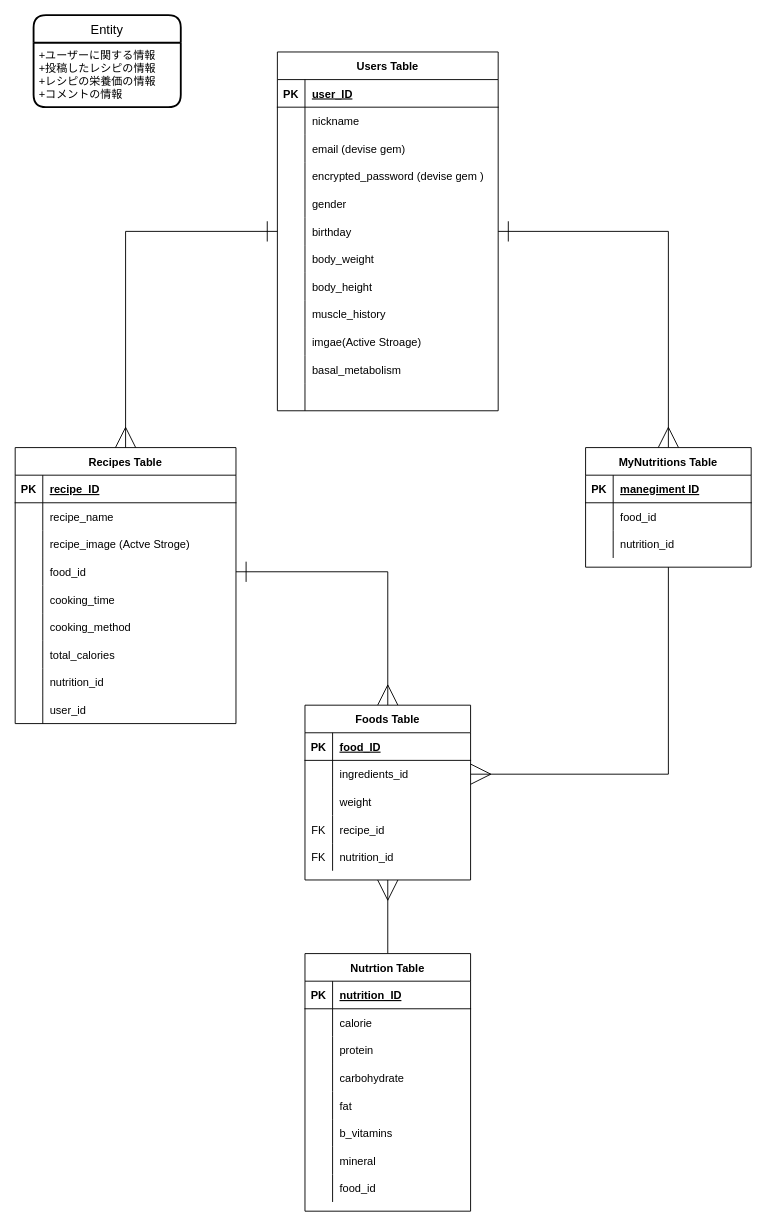
This is Bulk.dio from Toyosato-Yamaguchi/BulKUp, a draw.io file, before an edit. Source tidied: cells renumbered, new cells numbered last; positions are measured from the earlier drawing's top-left corner, leaving out a move shared by most shapes. Both pictures are drawn from the tidied source at 92%, with x=0, y=0 at pixel (15, 15).
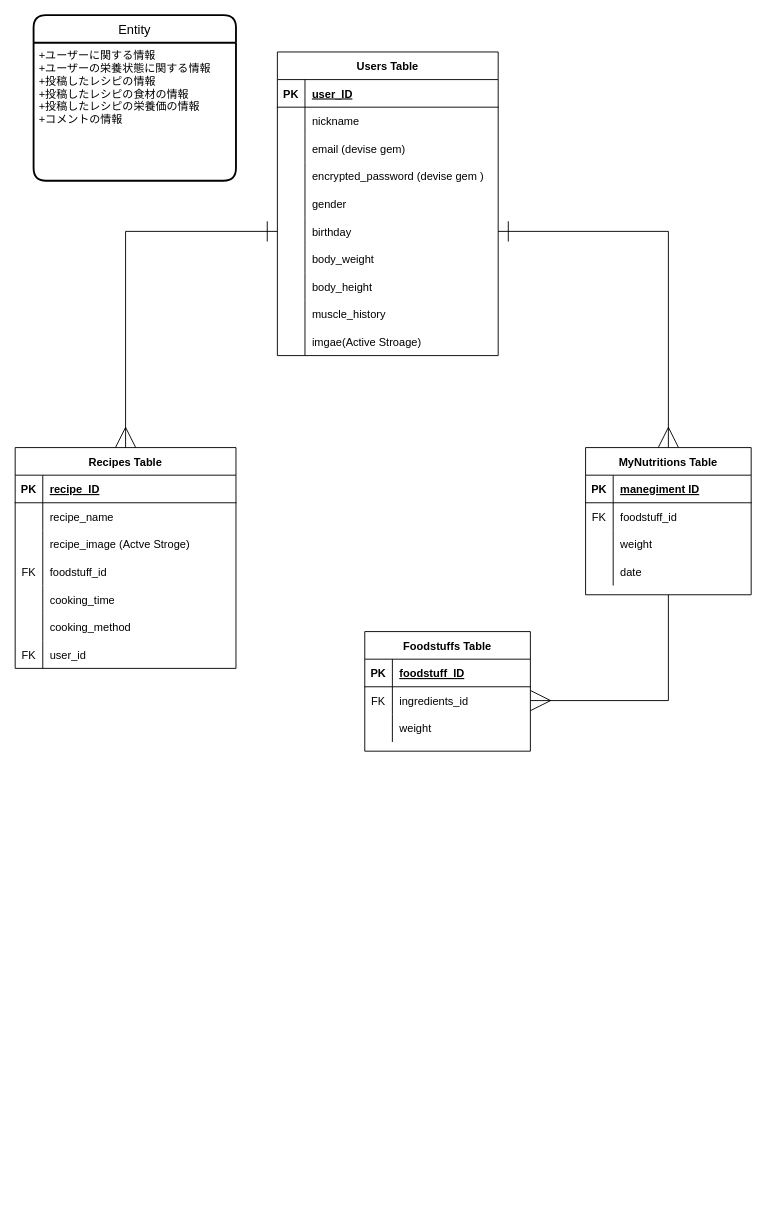
The same diagram, later.

Commit message (it also covers changes not shown here):
データベース設計

Unchanged cells that the change refers to:
```xml
<mxCell id="51" style="shape=partialRectangle;fillColor=none;top=0;left=0;bottom=0;right=0;points=[[0,0.5],[1,0.5]];portConstraint=eastwest;" parent="41" vertex="1">
  <mxGeometry y="120" width="240" height="30" as="geometry" />
</mxCell>
<mxCell id="100" style="shape=partialRectangle;fillColor=none;top=0;left=0;bottom=0;right=0;" parent="96" vertex="1">
  <mxGeometry y="60" width="180" height="30" as="geometry" />
</mxCell>
<mxCell id="103" style="shape=partialRectangle;fillColor=none;top=0;left=0;bottom=0;right=0;" parent="96" vertex="1">
  <mxGeometry y="90" width="180" height="30" as="geometry" />
</mxCell>
<mxCell id="110" style="shape=partialRectangle;fillColor=none;top=0;left=0;bottom=1;right=0;" parent="109" vertex="1">
  <mxGeometry y="30" width="180" height="30" as="geometry" />
</mxCell>
<mxCell id="113" style="shape=partialRectangle;fillColor=none;top=0;left=0;bottom=0;right=0;points=[[0,0.5],[1,0.5]];portConstraint=eastwest;" parent="109" vertex="1">
  <mxGeometry y="60" width="180" height="30" as="geometry" />
</mxCell>
```

What changed in the source:
```diff
@@
     <mxCell id="2" value="Entity" style="swimlane;horizontal=1;startSize=30;rounded=1;fontSize=14;fontStyle=0;strokeWidth=2;shadow=0;dashed=0;align=center;" parent="1" vertex="1">
-      <mxGeometry x="20" width="160" height="100" as="geometry" />
+      <mxGeometry x="20" width="220" height="180" as="geometry" />
     </mxCell>
-    <mxCell id="3" value="+ユーザーに関する情報&#10;+投稿したレシピの情報&#10;+レシピの栄養価の情報&#10;+コメントの情報&#10;" style="align=left;strokeColor=none;fillColor=none;spacingLeft=4;fontSize=12;verticalAlign=top;" parent="2" vertex="1">
-      <mxGeometry y="30" width="160" height="70" as="geometry" />
+    <mxCell id="3" value="+ユーザーに関する情報&#10;+ユーザーの栄養状態に関する情報&#10;+投稿したレシピの情報&#10;+投稿したレシピの食材の情報&#10;+投稿したレシピの栄養価の情報&#10;+コメントの情報&#10;" style="align=left;strokeColor=none;fillColor=none;spacingLeft=4;fontSize=12;verticalAlign=top;" parent="2" vertex="1">
+      <mxGeometry y="30" width="220" height="150" as="geometry" />
     </mxCell>
     <mxCell id="4" value="Users Table" style="shape=table;startSize=30;childLayout=tableLayout;rowLines=0;fontStyle=1;align=center;" parent="1" vertex="1">
-      <mxGeometry x="285" y="40" width="240" height="390" as="geometry" />
+      <mxGeometry x="285" y="40" width="240" height="330" as="geometry" />
     </mxCell>
@@
-    <mxCell id="35" style="shape=partialRectangle;fillColor=none;top=0;left=0;bottom=0;right=0;" parent="4" vertex="1">
-      <mxGeometry y="330" width="240" height="30" as="geometry" />
-    </mxCell>
-    <mxCell id="36" style="shape=partialRectangle;fillColor=none;top=0;left=0;bottom=0;right=0;overflow=hidden;" parent="35" vertex="1">
-      <mxGeometry width="30" height="30" as="geometry" />
-    </mxCell>
-    <mxCell id="37" value="basal_metabolism" style="shape=partialRectangle;fillColor=none;top=0;left=0;bottom=0;right=0;align=left;spacingLeft=6;overflow=hidden;" parent="35" vertex="1">
-      <mxGeometry x="30" width="210" height="30" as="geometry" />
-    </mxCell>
-    <mxCell id="38" style="shape=partialRectangle;fillColor=none;top=0;left=0;bottom=0;right=0;" parent="4" vertex="1">
-      <mxGeometry y="360" width="240" height="30" as="geometry" />
-    </mxCell>
-    <mxCell id="39" style="shape=partialRectangle;fillColor=none;top=0;left=0;bottom=0;right=0;overflow=hidden;" parent="38" vertex="1">
-      <mxGeometry width="30" height="30" as="geometry" />
-    </mxCell>
-    <mxCell id="40" style="shape=partialRectangle;fillColor=none;top=0;left=0;bottom=0;right=0;align=left;spacingLeft=6;overflow=hidden;" parent="38" vertex="1">
-      <mxGeometry x="30" width="210" height="30" as="geometry" />
-    </mxCell>
     <mxCell id="41" value="Recipes Table" style="shape=table;startSize=30;childLayout=tableLayout;rowLines=0;fontStyle=1;align=center;" parent="1" vertex="1">
-      <mxGeometry y="470" width="240" height="300" as="geometry" />
+      <mxGeometry y="470" width="240" height="240" as="geometry" />
     </mxCell>
@@
-    <mxCell id="52" style="shape=partialRectangle;fillColor=none;top=0;left=0;bottom=0;right=0;overflow=hidden;" parent="51" vertex="1">
+    <mxCell id="52" value="FK" style="shape=partialRectangle;fillColor=none;top=0;left=0;bottom=0;right=0;overflow=hidden;" parent="51" vertex="1">
       <mxGeometry width="30" height="30" as="geometry" />
     </mxCell>
-    <mxCell id="53" value="food_id" style="shape=partialRectangle;fillColor=none;top=0;left=0;bottom=0;right=0;align=left;spacingLeft=6;overflow=hidden;" parent="51" vertex="1">
+    <mxCell id="53" value="foodstuff_id" style="shape=partialRectangle;fillColor=none;top=0;left=0;bottom=0;right=0;align=left;spacingLeft=6;overflow=hidden;" parent="51" vertex="1">
       <mxGeometry x="30" width="210" height="30" as="geometry" />
     </mxCell>
@@
-    <mxCell id="60" style="shape=partialRectangle;fillColor=none;top=0;left=0;bottom=0;right=0;" parent="41" vertex="1">
-      <mxGeometry y="210" width="240" height="30" as="geometry" />
-    </mxCell>
-    <mxCell id="61" style="shape=partialRectangle;fillColor=none;top=0;left=0;bottom=0;right=0;overflow=hidden;" parent="60" vertex="1">
-      <mxGeometry width="30" height="30" as="geometry" />
-    </mxCell>
-    <mxCell id="62" value="total_calories" style="shape=partialRectangle;fillColor=none;top=0;left=0;bottom=0;right=0;align=left;spacingLeft=6;overflow=hidden;" parent="60" vertex="1">
-      <mxGeometry x="30" width="210" height="30" as="geometry" />
-    </mxCell>
-    <mxCell id="63" style="shape=partialRectangle;fillColor=none;top=0;left=0;bottom=0;right=0;" parent="41" vertex="1">
-      <mxGeometry y="240" width="240" height="30" as="geometry" />
-    </mxCell>
-    <mxCell id="64" style="shape=partialRectangle;fillColor=none;top=0;left=0;bottom=0;right=0;overflow=hidden;" parent="63" vertex="1">
-      <mxGeometry width="30" height="30" as="geometry" />
-    </mxCell>
-    <mxCell id="65" value="nutrition_id" style="shape=partialRectangle;fillColor=none;top=0;left=0;bottom=0;right=0;align=left;spacingLeft=6;overflow=hidden;" parent="63" vertex="1">
-      <mxGeometry x="30" width="210" height="30" as="geometry" />
-    </mxCell>
     <mxCell id="66" style="shape=partialRectangle;fillColor=none;top=0;left=0;bottom=0;right=0;" parent="41" vertex="1">
-      <mxGeometry y="270" width="240" height="30" as="geometry" />
+      <mxGeometry y="210" width="240" height="30" as="geometry" />
     </mxCell>
-    <mxCell id="67" style="shape=partialRectangle;fillColor=none;top=0;left=0;bottom=0;right=0;overflow=hidden;" parent="66" vertex="1">
+    <mxCell id="67" value="FK" style="shape=partialRectangle;fillColor=none;top=0;left=0;bottom=0;right=0;overflow=hidden;" parent="66" vertex="1">
       <mxGeometry width="30" height="30" as="geometry" />
     </mxCell>
@@
-    <mxCell id="69" style="edgeStyle=orthogonalEdgeStyle;rounded=0;jettySize=auto;html=1;exitX=0.5;exitY=0;exitDx=0;exitDy=0;entryX=0.5;entryY=1;entryDx=0;entryDy=0;startSize=20;sourcePerimeterSpacing=20;endArrow=ERmany;endFill=0;endSize=20;targetPerimeterSpacing=20;" parent="1" edge="1" source="70" target="109">
-      <mxGeometry relative="1" as="geometry" />
-    </mxCell>
-    <mxCell id="70" value="Nutrtion Table" style="shape=table;startSize=30;childLayout=tableLayout;rowLines=0;fontStyle=1;align=center;" parent="1" vertex="1">
-      <mxGeometry x="315" y="1020" width="180" height="280" as="geometry" />
-    </mxCell>
-    <mxCell id="71" style="shape=partialRectangle;fillColor=none;top=0;left=0;bottom=1;right=0;" parent="70" vertex="1">
-      <mxGeometry y="30" width="180" height="30" as="geometry" />
-    </mxCell>
-    <mxCell id="72" value="PK" style="shape=partialRectangle;fillColor=none;top=0;left=0;bottom=0;right=0;fontStyle=1;overflow=hidden;" parent="71" vertex="1">
-      <mxGeometry width="30" height="30" as="geometry" />
-    </mxCell>
-    <mxCell id="73" value="nutrition_ID" style="shape=partialRectangle;fillColor=none;top=0;left=0;bottom=0;right=0;align=left;spacingLeft=6;fontStyle=5;overflow=hidden;" parent="71" vertex="1">
-      <mxGeometry x="30" width="150" height="30" as="geometry" />
-    </mxCell>
-    <mxCell id="74" style="shape=partialRectangle;fillColor=none;top=0;left=0;bottom=0;right=0;" parent="70" vertex="1">
-      <mxGeometry y="60" width="180" height="30" as="geometry" />
-    </mxCell>
-    <mxCell id="75" style="shape=partialRectangle;fillColor=none;top=0;left=0;bottom=0;right=0;overflow=hidden;" parent="74" vertex="1">
-      <mxGeometry width="30" height="30" as="geometry" />
-    </mxCell>
-    <mxCell id="76" value="calorie" style="shape=partialRectangle;fillColor=none;top=0;left=0;bottom=0;right=0;align=left;spacingLeft=6;overflow=hidden;" parent="74" vertex="1">
-      <mxGeometry x="30" width="150" height="30" as="geometry" />
-    </mxCell>
-    <mxCell id="77" style="shape=partialRectangle;fillColor=none;top=0;left=0;bottom=0;right=0;" parent="70" vertex="1">
-      <mxGeometry y="90" width="180" height="30" as="geometry" />
-    </mxCell>
-    <mxCell id="78" style="shape=partialRectangle;fillColor=none;top=0;left=0;bottom=0;right=0;overflow=hidden;" parent="77" vertex="1">
-      <mxGeometry width="30" height="30" as="geometry" />
-    </mxCell>
-    <mxCell id="79" value="protein" style="shape=partialRectangle;fillColor=none;top=0;left=0;bottom=0;right=0;align=left;spacingLeft=6;overflow=hidden;" parent="77" vertex="1">
-      <mxGeometry x="30" width="150" height="30" as="geometry" />
-    </mxCell>
-    <mxCell id="80" style="shape=partialRectangle;fillColor=none;top=0;left=0;bottom=0;right=0;" parent="70" vertex="1">
-      <mxGeometry y="120" width="180" height="30" as="geometry" />
-    </mxCell>
-    <mxCell id="81" style="shape=partialRectangle;fillColor=none;top=0;left=0;bottom=0;right=0;overflow=hidden;" parent="80" vertex="1">
-      <mxGeometry width="30" height="30" as="geometry" />
-    </mxCell>
-    <mxCell id="82" value="carbohydrate" style="shape=partialRectangle;fillColor=none;top=0;left=0;bottom=0;right=0;align=left;spacingLeft=6;overflow=hidden;" parent="80" vertex="1">
-      <mxGeometry x="30" width="150" height="30" as="geometry" />
-    </mxCell>
-    <mxCell id="83" style="shape=partialRectangle;fillColor=none;top=0;left=0;bottom=0;right=0;" parent="70" vertex="1">
-      <mxGeometry y="150" width="180" height="30" as="geometry" />
-    </mxCell>
-    <mxCell id="84" style="shape=partialRectangle;fillColor=none;top=0;left=0;bottom=0;right=0;overflow=hidden;" parent="83" vertex="1">
-      <mxGeometry width="30" height="30" as="geometry" />
-    </mxCell>
-    <mxCell id="85" value="fat" style="shape=partialRectangle;fillColor=none;top=0;left=0;bottom=0;right=0;align=left;spacingLeft=6;overflow=hidden;" parent="83" vertex="1">
-      <mxGeometry x="30" width="150" height="30" as="geometry" />
-    </mxCell>
-    <mxCell id="86" style="shape=partialRectangle;fillColor=none;top=0;left=0;bottom=0;right=0;" parent="70" vertex="1">
-      <mxGeometry y="180" width="180" height="30" as="geometry" />
-    </mxCell>
-    <mxCell id="87" style="shape=partialRectangle;fillColor=none;top=0;left=0;bottom=0;right=0;overflow=hidden;" parent="86" vertex="1">
-      <mxGeometry width="30" height="30" as="geometry" />
-    </mxCell>
-    <mxCell id="88" value="b_vitamins" style="shape=partialRectangle;fillColor=none;top=0;left=0;bottom=0;right=0;align=left;spacingLeft=6;overflow=hidden;" parent="86" vertex="1">
-      <mxGeometry x="30" width="150" height="30" as="geometry" />
-    </mxCell>
-    <mxCell id="89" style="shape=partialRectangle;fillColor=none;top=0;left=0;bottom=0;right=0;" parent="70" vertex="1">
-      <mxGeometry y="210" width="180" height="30" as="geometry" />
-    </mxCell>
-    <mxCell id="90" style="shape=partialRectangle;fillColor=none;top=0;left=0;bottom=0;right=0;overflow=hidden;" parent="89" vertex="1">
-      <mxGeometry width="30" height="30" as="geometry" />
-    </mxCell>
-    <mxCell id="91" value="mineral" style="shape=partialRectangle;fillColor=none;top=0;left=0;bottom=0;right=0;align=left;spacingLeft=6;overflow=hidden;" parent="89" vertex="1">
-      <mxGeometry x="30" width="150" height="30" as="geometry" />
-    </mxCell>
-    <mxCell id="92" style="shape=partialRectangle;fillColor=none;top=0;left=0;bottom=0;right=0;" parent="70" vertex="1">
-      <mxGeometry y="240" width="180" height="30" as="geometry" />
-    </mxCell>
-    <mxCell id="93" style="shape=partialRectangle;fillColor=none;top=0;left=0;bottom=0;right=0;overflow=hidden;" parent="92" vertex="1">
-      <mxGeometry width="30" height="30" as="geometry" />
-    </mxCell>
-    <mxCell id="94" value="food_id" style="shape=partialRectangle;fillColor=none;top=0;left=0;bottom=0;right=0;align=left;spacingLeft=6;overflow=hidden;" parent="92" vertex="1">
-      <mxGeometry x="30" width="150" height="30" as="geometry" />
-    </mxCell>
@@
     <mxCell id="96" value="MyNutritions Table" style="shape=table;startSize=30;childLayout=tableLayout;rowLines=0;fontStyle=1;align=center;" parent="1" vertex="1">
-      <mxGeometry x="620" y="470" width="180" height="130" as="geometry" />
+      <mxGeometry x="620" y="470" width="180" height="160" as="geometry" />
     </mxCell>
@@
-    <mxCell id="101" style="shape=partialRectangle;fillColor=none;top=0;left=0;bottom=0;right=0;overflow=hidden;" parent="100" vertex="1">
+    <mxCell id="101" value="FK" style="shape=partialRectangle;fillColor=none;top=0;left=0;bottom=0;right=0;overflow=hidden;" parent="100" vertex="1">
       <mxGeometry width="30" height="30" as="geometry" />
     </mxCell>
-    <mxCell id="102" value="food_id" style="shape=partialRectangle;fillColor=none;top=0;left=0;bottom=0;right=0;align=left;spacingLeft=6;overflow=hidden;" parent="100" vertex="1">
+    <mxCell id="102" value="foodstuff_id" style="shape=partialRectangle;fillColor=none;top=0;left=0;bottom=0;right=0;align=left;spacingLeft=6;overflow=hidden;" parent="100" vertex="1">
       <mxGeometry x="30" width="150" height="30" as="geometry" />
     </mxCell>
@@
-    <mxCell id="105" value="nutrition_id" style="shape=partialRectangle;fillColor=none;top=0;left=0;bottom=0;right=0;align=left;spacingLeft=6;overflow=hidden;" parent="103" vertex="1">
+    <mxCell id="105" value="weight" style="shape=partialRectangle;fillColor=none;top=0;left=0;bottom=0;right=0;align=left;spacingLeft=6;overflow=hidden;" parent="103" vertex="1">
       <mxGeometry x="30" width="150" height="30" as="geometry" />
     </mxCell>
-    <mxCell id="106" style="edgeStyle=orthogonalEdgeStyle;rounded=0;jettySize=auto;html=1;exitX=1;exitY=0.5;exitDx=0;exitDy=0;entryX=0.5;entryY=0;entryDx=0;entryDy=0;startArrow=ERone;startFill=0;startSize=20;sourcePerimeterSpacing=20;endArrow=ERmany;endFill=0;endSize=20;targetPerimeterSpacing=20;" parent="1" edge="1" source="51" target="109">
-      <mxGeometry relative="1" as="geometry" />
-    </mxCell>
+    <mxCell id="125" style="shape=partialRectangle;fillColor=none;top=0;left=0;bottom=0;right=0;" parent="96" vertex="1">
+      <mxGeometry y="120" width="180" height="30" as="geometry" />
+    </mxCell>
+    <mxCell id="126" style="shape=partialRectangle;fillColor=none;top=0;left=0;bottom=0;right=0;overflow=hidden;" parent="125" vertex="1">
+      <mxGeometry width="30" height="30" as="geometry" />
+    </mxCell>
+    <mxCell id="127" value="date" style="shape=partialRectangle;fillColor=none;top=0;left=0;bottom=0;right=0;align=left;spacingLeft=6;overflow=hidden;" parent="125" vertex="1">
+      <mxGeometry x="30" width="150" height="30" as="geometry" />
+    </mxCell>
@@
-    <mxCell id="109" value="Foods Table" style="shape=table;startSize=30;childLayout=tableLayout;rowLines=0;fontStyle=1;align=center;" parent="1" vertex="1">
-      <mxGeometry x="315" y="750" width="180" height="190" as="geometry" />
+    <mxCell id="109" value="Foodstuffs Table" style="shape=table;startSize=30;childLayout=tableLayout;rowLines=0;fontStyle=1;align=center;" parent="1" vertex="1">
+      <mxGeometry x="380" y="670" width="180" height="130" as="geometry" />
     </mxCell>
@@
-    <mxCell id="112" value="food_ID" style="shape=partialRectangle;fillColor=none;top=0;left=0;bottom=0;right=0;align=left;spacingLeft=6;fontStyle=5;overflow=hidden;" parent="110" vertex="1">
+    <mxCell id="112" value="foodstuff_ID" style="shape=partialRectangle;fillColor=none;top=0;left=0;bottom=0;right=0;align=left;spacingLeft=6;fontStyle=5;overflow=hidden;" parent="110" vertex="1">
       <mxGeometry x="30" width="150" height="30" as="geometry" />
     </mxCell>
@@
-    <mxCell id="114" style="shape=partialRectangle;fillColor=none;top=0;left=0;bottom=0;right=0;overflow=hidden;" parent="113" vertex="1">
+    <mxCell id="114" value="FK" style="shape=partialRectangle;fillColor=none;top=0;left=0;bottom=0;right=0;overflow=hidden;" parent="113" vertex="1">
       <mxGeometry width="30" height="30" as="geometry" />
     </mxCell>
@@
-    <mxCell id="119" style="shape=partialRectangle;fillColor=none;top=0;left=0;bottom=0;right=0;" parent="109" vertex="1">
-      <mxGeometry y="120" width="180" height="30" as="geometry" />
-    </mxCell>
-    <mxCell id="120" value="FK" style="shape=partialRectangle;fillColor=none;top=0;left=0;bottom=0;right=0;overflow=hidden;" parent="119" vertex="1">
-      <mxGeometry width="30" height="30" as="geometry" />
-    </mxCell>
-    <mxCell id="121" value="recipe_id" style="shape=partialRectangle;fillColor=none;top=0;left=0;bottom=0;right=0;align=left;spacingLeft=6;overflow=hidden;" parent="119" vertex="1">
-      <mxGeometry x="30" width="150" height="30" as="geometry" />
-    </mxCell>
-    <mxCell id="122" style="shape=partialRectangle;fillColor=none;top=0;left=0;bottom=0;right=0;" parent="109" vertex="1">
-      <mxGeometry y="150" width="180" height="30" as="geometry" />
-    </mxCell>
-    <mxCell id="123" value="FK" style="shape=partialRectangle;fillColor=none;top=0;left=0;bottom=0;right=0;overflow=hidden;" parent="122" vertex="1">
-      <mxGeometry width="30" height="30" as="geometry" />
-    </mxCell>
-    <mxCell id="124" value="nutrition_id" style="shape=partialRectangle;fillColor=none;top=0;left=0;bottom=0;right=0;align=left;spacingLeft=6;overflow=hidden;" parent="122" vertex="1">
-      <mxGeometry x="30" width="150" height="30" as="geometry" />
-    </mxCell>
```
